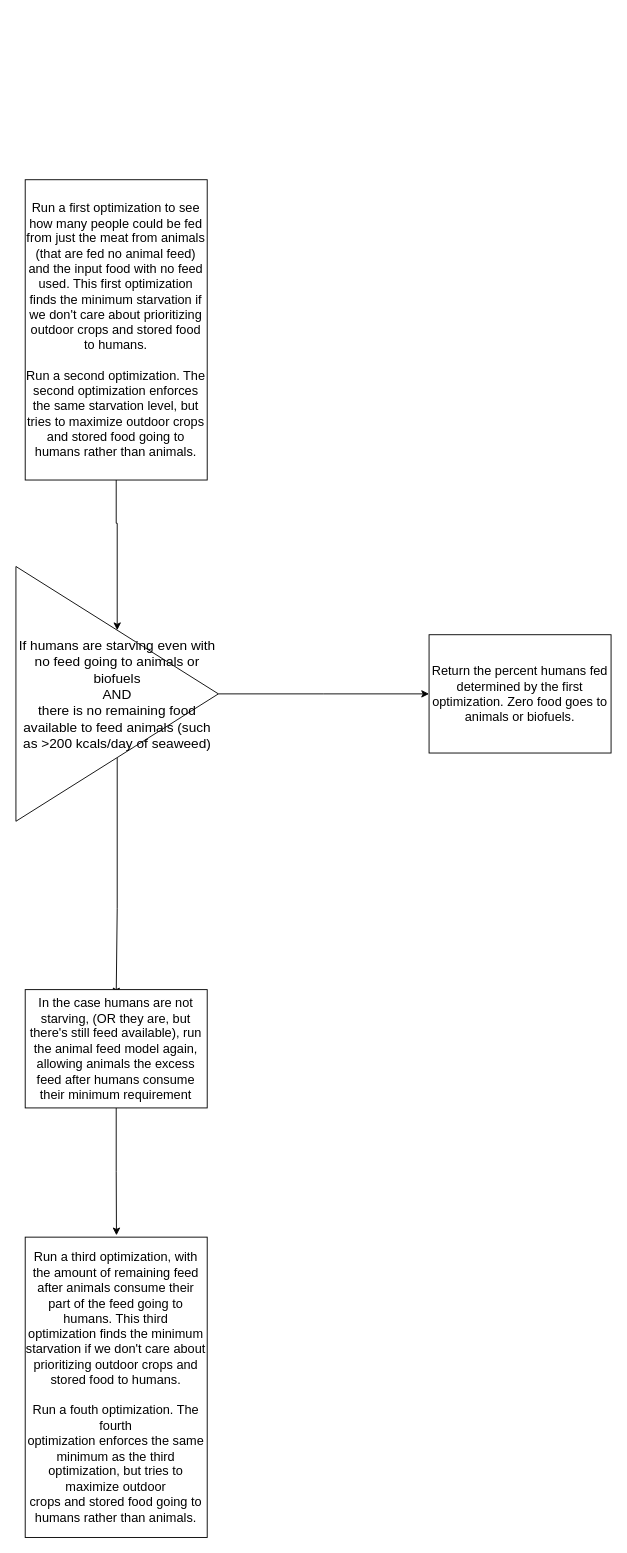
Above: docs/repository_flowchart/FeedOptimizerFlow.drawio in allfed/allfed-integrated-model (draw.io), before the change. Source tidied: cells renumbered, new cells numbered last; positions are measured from the earlier drawing's top-left corner, leaving out a move shared by most shapes. Both pictures are drawn from the tidied source at 91%, with x=0, y=0 at pixel (15, 179).
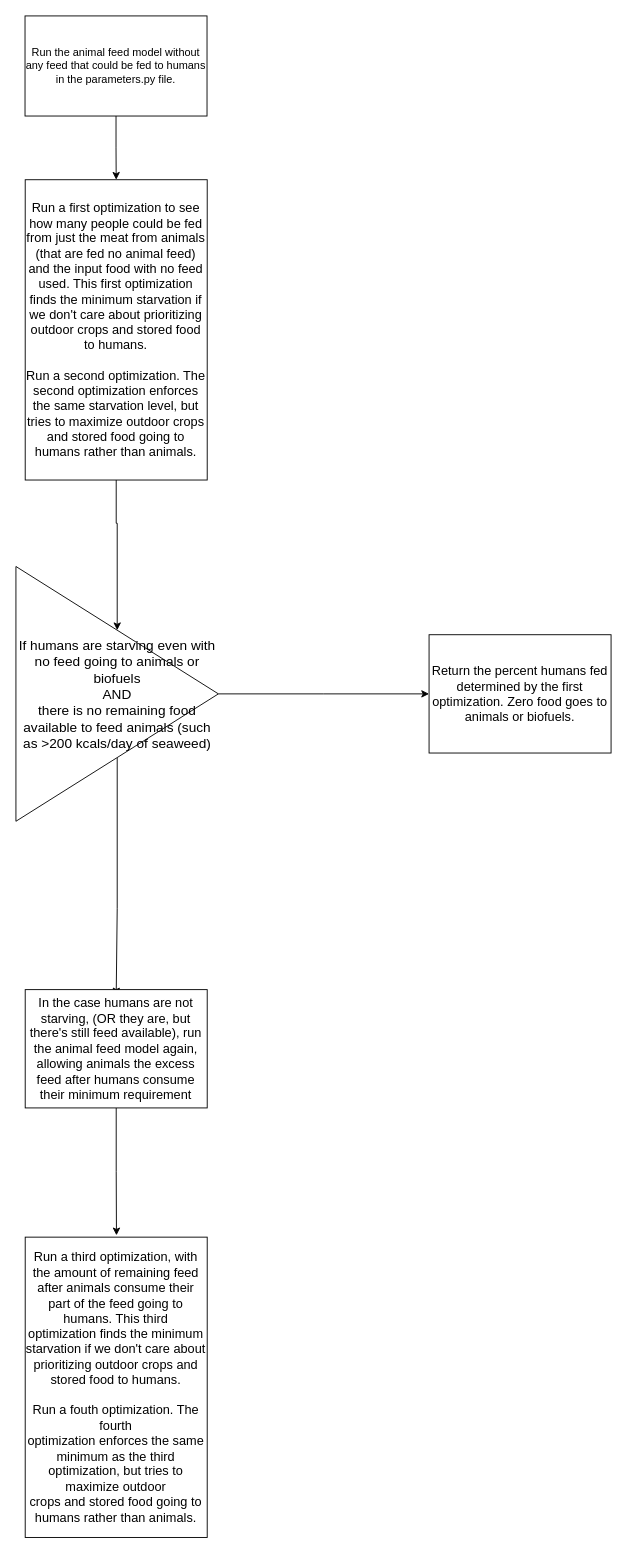
The same page after the edit.

Change to the diagram source:
```diff
@@
 <mxGraphModel>
   <root>
     <mxCell id="0" />
     <mxCell id="1" parent="0" />
     <mxCell id="2" style="edgeStyle=orthogonalEdgeStyle;rounded=0;jettySize=auto;html=1;" parent="1" edge="1" source="4">
       <mxGeometry relative="1" as="geometry">
         <mxPoint x="454" y="565" as="targetPoint" />
       </mxGeometry>
     </mxCell>
     <mxCell id="3" style="edgeStyle=orthogonalEdgeStyle;rounded=0;jettySize=auto;html=1;" parent="1" edge="1" source="4">
       <mxGeometry relative="1" as="geometry">
         <mxPoint x="110.2" y="896.4" as="targetPoint" />
       </mxGeometry>
     </mxCell>
     <mxCell id="4" value="&lt;font style=&quot;font-size: 15px;&quot;&gt;If humans are starving even with no feed going to animals or biofuels&lt;br&gt;AND&lt;br&gt; there is no remaining food available to feed animals (such as &amp;gt;200 kcals/day of seaweed)&lt;br&gt;&lt;/font&gt;" style="triangle;whiteSpace=wrap;html=1;" parent="1" vertex="1">
       <mxGeometry y="425" width="222.5" height="280" as="geometry" />
     </mxCell>
     <mxCell id="5" value="&lt;font style=&quot;font-size: 14px;&quot;&gt;Return the percent humans fed determined by the first optimization. Zero food goes to animals or biofuels.&lt;/font&gt;" style="rounded=0;whiteSpace=wrap;html=1;" parent="1" vertex="1">
       <mxGeometry x="454" y="500" width="200" height="130" as="geometry" />
     </mxCell>
     <mxCell id="6" style="edgeStyle=orthogonalEdgeStyle;rounded=0;jettySize=auto;html=1;" parent="1" edge="1" source="7">
       <mxGeometry relative="1" as="geometry">
         <mxPoint x="110.5" y="1160" as="targetPoint" />
       </mxGeometry>
     </mxCell>
     <mxCell id="7" value="&lt;font style=&quot;font-size: 14px;&quot;&gt;In the case humans are not starving, (OR they are, but there's still feed available), run the animal feed model again, allowing animals the excess feed after humans consume their minimum requirement&lt;/font&gt;" style="rounded=0;whiteSpace=wrap;html=1;" parent="1" vertex="1">
       <mxGeometry x="10.2" y="890" width="200" height="130" as="geometry" />
     </mxCell>
     <mxCell id="8" style="edgeStyle=orthogonalEdgeStyle;rounded=0;jettySize=auto;html=1;" parent="1" edge="1" source="9" target="4">
       <mxGeometry relative="1" as="geometry" />
     </mxCell>
     <mxCell id="9" value="&lt;font style=&quot;font-size: 14px;&quot;&gt;Run a first optimization to see how many people could be fed from just the meat from animals (that are fed no animal feed) and the input food with no feed used. This first optimization finds the minimum starvation if we don't care about prioritizing outdoor crops and stored food to humans. &lt;br&gt;&lt;br&gt;Run a second optimization. The second optimization enforces the same starvation level, but tries to maximize outdoor crops and stored food going to humans rather than animals.&lt;/font&gt;" style="rounded=0;whiteSpace=wrap;html=1;" parent="1" vertex="1">
       <mxGeometry x="10.2" width="200" height="330" as="geometry" />
     </mxCell>
     <mxCell id="10" value="&lt;font style=&quot;font-size: 14px;&quot;&gt;Run a third optimization, with the amount of remaining feed &lt;br&gt;after animals consume their part of the feed going to humans. This third&lt;br&gt; optimization finds the minimum starvation if we don't care about &lt;br&gt;prioritizing outdoor crops and stored food to humans. &lt;br&gt;&lt;br&gt;Run a fouth optimization. The fourth &lt;br&gt;optimization enforces the same minimum as the third optimization, but tries to maximize outdoor &lt;br&gt;crops and stored food going to humans rather than animals.&lt;/font&gt;" style="rounded=0;whiteSpace=wrap;html=1;" parent="1" vertex="1">
       <mxGeometry x="10.2" y="1162" width="200" height="330" as="geometry" />
     </mxCell>
+    <mxCell id="11" style="edgeStyle=orthogonalEdgeStyle;rounded=0;jettySize=auto;html=1;entryX=0.5;entryY=0;entryDx=0;entryDy=0;" parent="1" edge="1" source="12" target="9">
+      <mxGeometry relative="1" as="geometry" />
+    </mxCell>
+    <mxCell id="12" value="Run the animal feed model without any feed that could be fed to humans in the parameters.py file." style="rounded=0;whiteSpace=wrap;html=1;" parent="1" vertex="1">
+      <mxGeometry x="10" y="-180" width="200" height="110" as="geometry" />
+    </mxCell>
   </root>
 </mxGraphModel>
```
